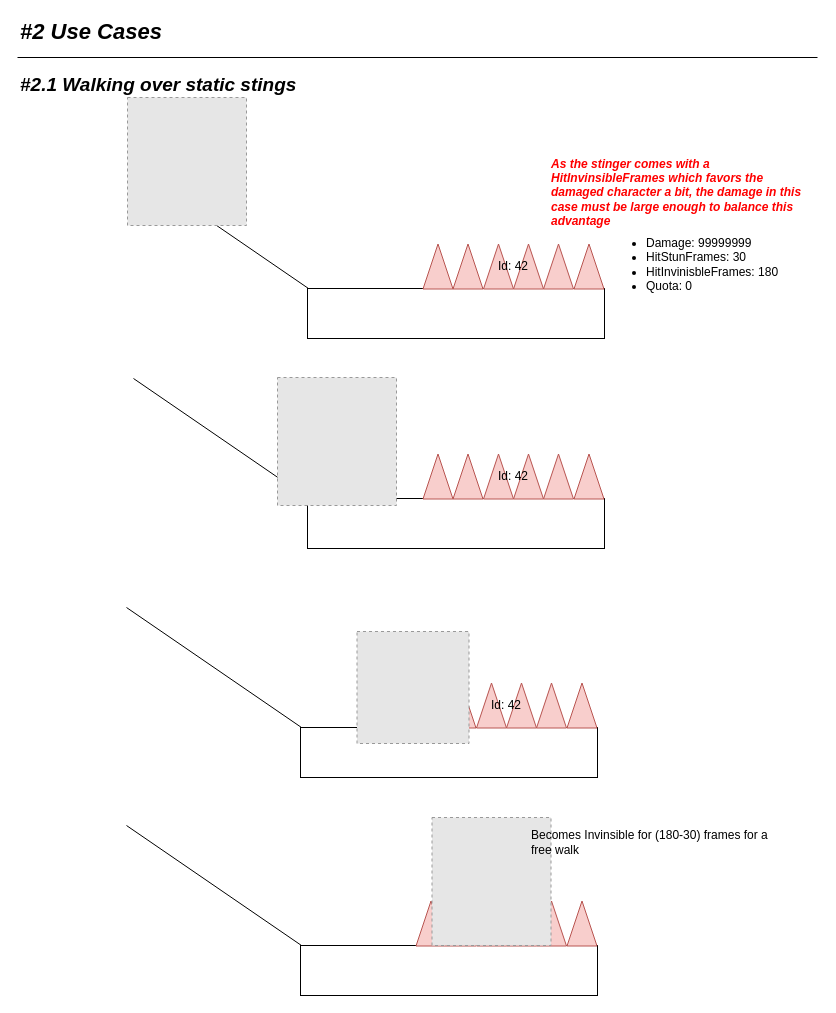
Above: page "UseCases#1" (2 of 3) of charts/Traps.drawio in genxium/DelayNoMoreUnity (draw.io), before the change. Source tidied: cells renumbered, new cells numbered last; positions are measured from the earlier drawing's top-left corner, leaving out a move shared by most shapes. Both pictures are drawn from the tidied source at 100%, with x=0, y=0 at pixel (17, 17). Pictures stored in the file or linked from it are replaced by grey dashed boxes.
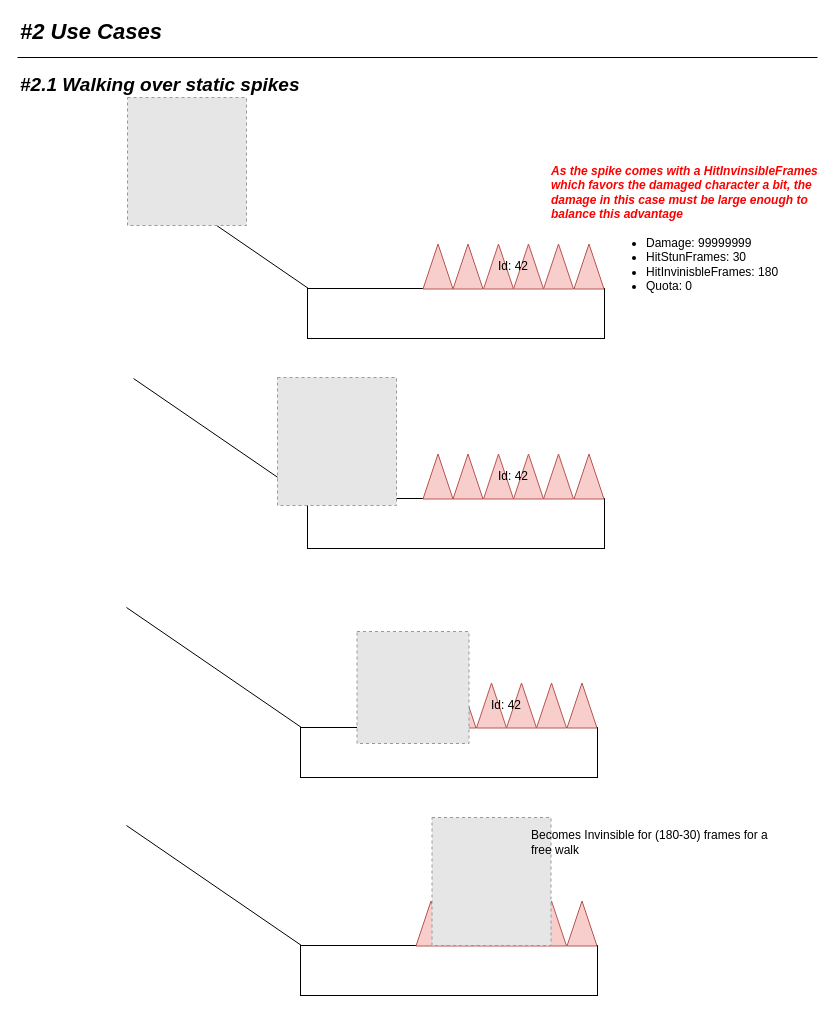
The same diagram, later.

Diff of the diagram source:
```diff
@@
-    <mxCell id="13" value="&lt;font style=&quot;font-size: 19px;&quot;&gt;&lt;b style=&quot;font-size: 19px;&quot;&gt;&lt;i style=&quot;font-size: 19px;&quot;&gt;#2.1 Walking over static stings&lt;/i&gt;&lt;/b&gt;&lt;/font&gt;" style="text;html=1;strokeColor=none;fillColor=none;align=left;verticalAlign=top;whiteSpace=wrap;rounded=0;fontSize=19;" parent="1" vertex="1">
+    <mxCell id="13" value="&lt;font style=&quot;font-size: 19px&quot;&gt;&lt;b style=&quot;font-size: 19px&quot;&gt;&lt;i style=&quot;font-size: 19px&quot;&gt;#2.1 Walking over static spikes&lt;/i&gt;&lt;/b&gt;&lt;/font&gt;" style="text;html=1;strokeColor=none;fillColor=none;align=left;verticalAlign=top;whiteSpace=wrap;rounded=0;fontSize=19;" parent="1" vertex="1">
       <mxGeometry x="1" y="50" width="299" height="30" as="geometry" />
     </mxCell>
@@
-    <mxCell id="47" value="&lt;b style=&quot;border-color: var(--border-color); color: rgb(255, 0, 0); font-size: 12px;&quot;&gt;&lt;i style=&quot;border-color: var(--border-color); font-size: 12px;&quot;&gt;As the stinger comes with a HitInvinsibleFrames which favors the damaged character a bit, the damage in this case must be large enough to balance this advantage&lt;/i&gt;&lt;/b&gt;" style="text;html=1;strokeColor=none;fillColor=none;align=left;verticalAlign=middle;whiteSpace=wrap;rounded=0;fontSize=12;" parent="1" vertex="1">
-      <mxGeometry x="531.5" y="160" width="270" height="30" as="geometry" />
+    <mxCell id="47" value="&lt;b style=&quot;color: rgb(255 , 0 , 0) ; font-size: 12px&quot;&gt;&lt;i style=&quot;font-size: 12px&quot;&gt;As the spike comes with a HitInvinsibleFrames which favors the damaged character a bit, the damage in this case must be large enough to balance this advantage&lt;/i&gt;&lt;/b&gt;" style="text;html=1;strokeColor=none;fillColor=none;align=left;verticalAlign=top;whiteSpace=wrap;rounded=0;fontSize=12;" parent="1" vertex="1">
+      <mxGeometry x="531.5" y="140" width="270" height="70" as="geometry" />
     </mxCell>
```
